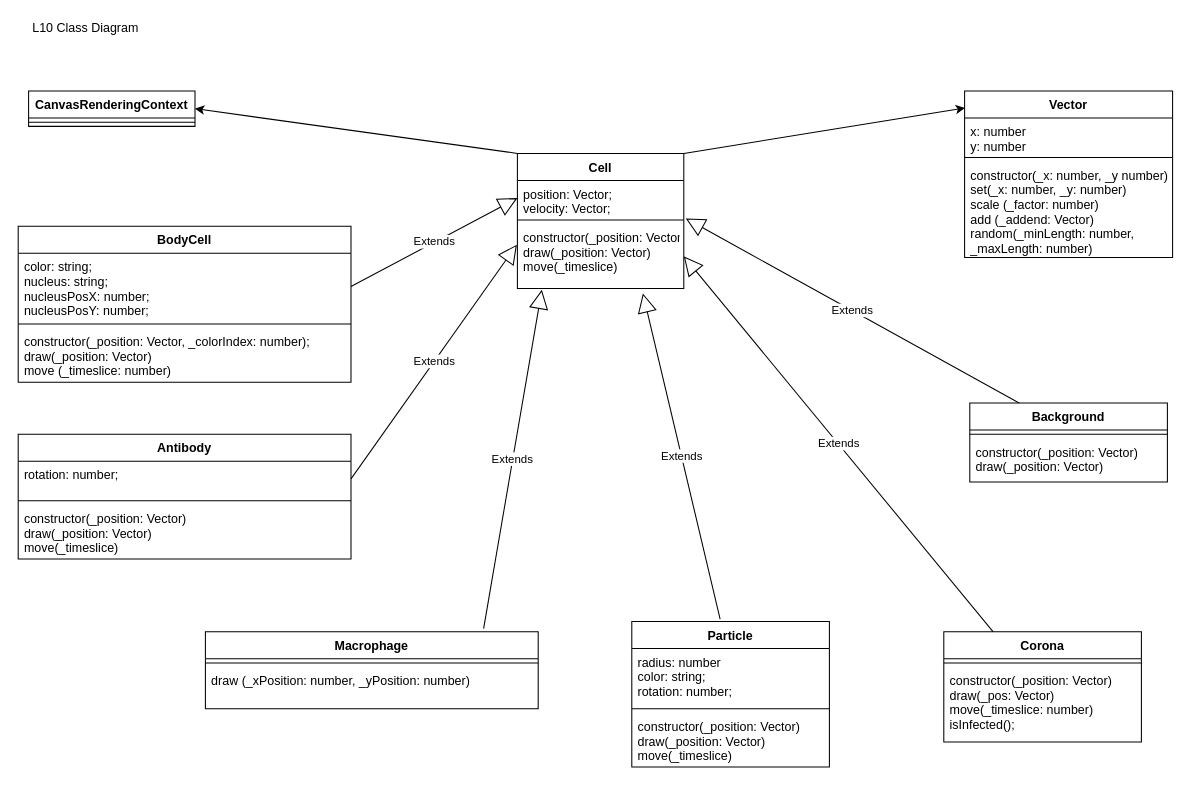
Above: L10_Inheritance/Konzeption/L10_ClassDiagram.drawio in KohlerAl/EIA2 (draw.io), before the change. Source tidied: cells renumbered, new cells numbered last; positions are measured from the earlier drawing's top-left corner, leaving out a move shared by most shapes. Both pictures are drawn from the tidied source at 104%, with x=0, y=0 at pixel (18, 18).
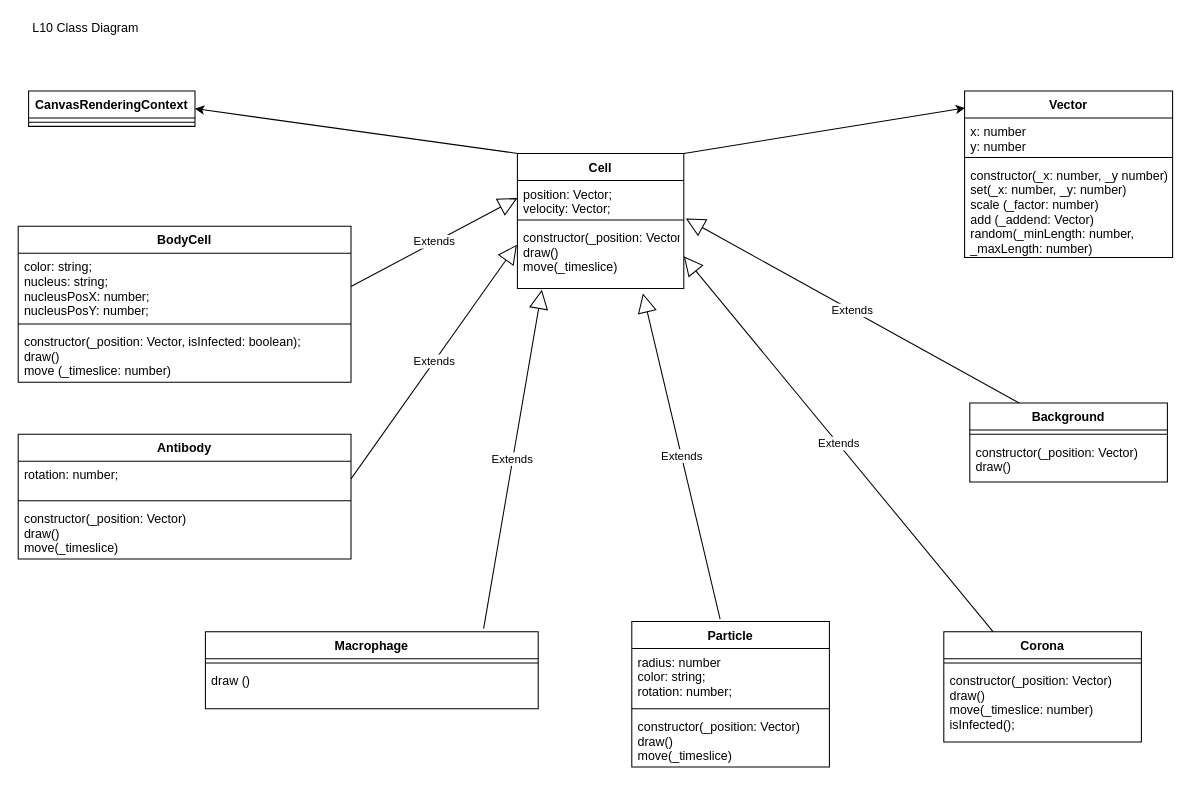
Above is the later version.

Unchanged cells that the change refers to:
```xml
<mxCell id="9" value="Background" style="swimlane;fontStyle=1;align=center;verticalAlign=top;horizontal=1;startSize=26;" parent="1" vertex="1">
  <mxGeometry x="915" y="370" width="190" height="76" as="geometry" />
</mxCell>
<mxCell id="12" value="Corona" style="swimlane;fontStyle=1;align=center;verticalAlign=top;horizontal=1;startSize=26;" parent="1" vertex="1">
  <mxGeometry x="890" y="590" width="190" height="106" as="geometry" />
</mxCell>
<mxCell id="15" value="Particle" style="swimlane;fontStyle=1;align=center;verticalAlign=top;horizontal=1;startSize=26;" parent="1" vertex="1">
  <mxGeometry x="590" y="580" width="190" height="140" as="geometry" />
</mxCell>
<mxCell id="19" value="Macrophage" style="swimlane;fontStyle=1;align=center;verticalAlign=top;horizontal=1;startSize=26;" parent="1" vertex="1">
  <mxGeometry x="180" y="590" width="320" height="74" as="geometry" />
</mxCell>
<mxCell id="22" value="Antibody" style="swimlane;fontStyle=1;align=center;verticalAlign=top;horizontal=1;startSize=26;" parent="1" vertex="1">
  <mxGeometry y="400" width="320" height="120" as="geometry" />
</mxCell>
<mxCell id="26" value="BodyCell" style="swimlane;fontStyle=1;align=center;verticalAlign=top;horizontal=1;startSize=26;" parent="1" vertex="1">
  <mxGeometry y="200" width="320" height="150" as="geometry" />
</mxCell>
<mxCell id="30" value="Cell" style="swimlane;fontStyle=1;align=center;verticalAlign=top;horizontal=1;startSize=26;" parent="1" vertex="1">
  <mxGeometry x="480" y="130" width="160" height="130" as="geometry" />
</mxCell>
```

The edit, as a diff of the source:
```diff
@@
-    <mxCell id="11" value="constructor(_position: Vector)&#10;draw(_position: Vector)" style="text;strokeColor=none;fillColor=none;align=left;verticalAlign=top;spacingLeft=4;spacingRight=4;overflow=hidden;" parent="9" vertex="1">
+    <mxCell id="11" value="constructor(_position: Vector)&#10;draw()" style="text;strokeColor=none;fillColor=none;align=left;verticalAlign=top;spacingLeft=4;spacingRight=4;overflow=hidden;" parent="9" vertex="1">
       <mxGeometry y="34" width="190" height="42" as="geometry" />
     </mxCell>
@@
-    <mxCell id="14" value="constructor(_position: Vector)&#10;draw(_pos: Vector)&#10;move(_timeslice: number)&#10;isInfected();" style="text;strokeColor=none;fillColor=none;align=left;verticalAlign=top;spacingLeft=4;spacingRight=4;overflow=hidden;" parent="12" vertex="1">
+    <mxCell id="14" value="constructor(_position: Vector)&#10;draw()&#10;move(_timeslice: number)&#10;isInfected();" style="text;strokeColor=none;fillColor=none;align=left;verticalAlign=top;spacingLeft=4;spacingRight=4;overflow=hidden;" parent="12" vertex="1">
       <mxGeometry y="34" width="190" height="72" as="geometry" />
     </mxCell>
@@
-    <mxCell id="18" value="constructor(_position: Vector)&#10;draw(_position: Vector)&#10;move(_timeslice)" style="text;strokeColor=none;fillColor=none;align=left;verticalAlign=top;spacingLeft=4;spacingRight=4;overflow=hidden;" parent="15" vertex="1">
+    <mxCell id="18" value="constructor(_position: Vector)&#10;draw()&#10;move(_timeslice)" style="text;strokeColor=none;fillColor=none;align=left;verticalAlign=top;spacingLeft=4;spacingRight=4;overflow=hidden;" parent="15" vertex="1">
       <mxGeometry y="88" width="190" height="52" as="geometry" />
     </mxCell>
@@
-    <mxCell id="21" value="draw (_xPosition: number, _yPosition: number)" style="text;strokeColor=none;fillColor=none;align=left;verticalAlign=top;spacingLeft=4;spacingRight=4;overflow=hidden;" parent="19" vertex="1">
+    <mxCell id="21" value="draw ()" style="text;strokeColor=none;fillColor=none;align=left;verticalAlign=top;spacingLeft=4;spacingRight=4;overflow=hidden;" parent="19" vertex="1">
       <mxGeometry y="34" width="320" height="40" as="geometry" />
     </mxCell>
@@
-    <mxCell id="25" value="constructor(_position: Vector)&#10;draw(_position: Vector)&#10;move(_timeslice)" style="text;strokeColor=none;fillColor=none;align=left;verticalAlign=top;spacingLeft=4;spacingRight=4;overflow=hidden;" parent="22" vertex="1">
+    <mxCell id="25" value="constructor(_position: Vector)&#10;draw()&#10;move(_timeslice)" style="text;strokeColor=none;fillColor=none;align=left;verticalAlign=top;spacingLeft=4;spacingRight=4;overflow=hidden;" parent="22" vertex="1">
       <mxGeometry y="68" width="320" height="52" as="geometry" />
     </mxCell>
@@
-    <mxCell id="29" value="constructor(_position: Vector, _colorIndex: number);&#10;draw(_position: Vector)&#10;move (_timeslice: number)" style="text;strokeColor=none;fillColor=none;align=left;verticalAlign=top;spacingLeft=4;spacingRight=4;overflow=hidden;" parent="26" vertex="1">
+    <mxCell id="29" value="constructor(_position: Vector, isInfected: boolean);&#10;draw()&#10;move (_timeslice: number)" style="text;strokeColor=none;fillColor=none;align=left;verticalAlign=top;spacingLeft=4;spacingRight=4;overflow=hidden;" parent="26" vertex="1">
       <mxGeometry y="98" width="320" height="52" as="geometry" />
     </mxCell>
@@
-    <mxCell id="33" value="constructor(_position: Vector)&#10;draw(_position: Vector)&#10;move(_timeslice)" style="text;strokeColor=none;fillColor=none;align=left;verticalAlign=top;spacingLeft=4;spacingRight=4;overflow=hidden;points=[[0,0.5],[1,0.5]];portConstraint=eastwest;" parent="30" vertex="1">
+    <mxCell id="33" value="constructor(_position: Vector)&#10;draw()&#10;move(_timeslice)" style="text;strokeColor=none;fillColor=none;align=left;verticalAlign=top;spacingLeft=4;spacingRight=4;overflow=hidden;points=[[0,0.5],[1,0.5]];portConstraint=eastwest;" parent="30" vertex="1">
       <mxGeometry y="68" width="160" height="62" as="geometry" />
     </mxCell>
```
